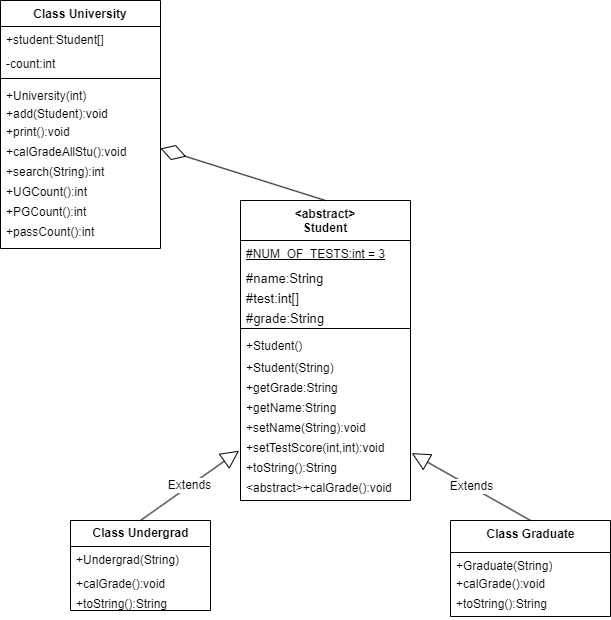
Earlier version of the draw.io export bin/Lab10UML.drawio.png (BeelzebubCode/CodeClassRoom). Source tidied: cells renumbered, new cells last; positions are measured from the earlier drawing's top-left corner, leaving out a move shared by most shapes.
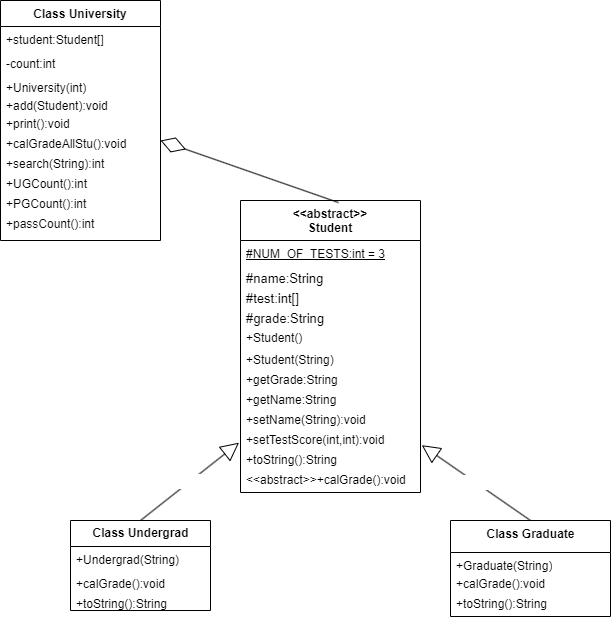
Later version of the same file.

What changed in the source:
```diff
@@ -2,115 +2,109 @@
   <root>
     <mxCell id="0" />
     <mxCell id="1" parent="0" />
-    <mxCell id="2" value="&lt;abstract&gt;&#10;Student&#10;" style="swimlane;fontStyle=1;align=center;verticalAlign=top;horizontal=1;startSize=40;" parent="1" vertex="1">
-      <mxGeometry x="240" y="200" width="170" height="300" as="geometry" />
+    <mxCell id="2" value="&lt;&lt;abstract&gt;&gt;&#10;Student&#10;" style="swimlane;fontStyle=1;align=center;verticalAlign=top;horizontal=1;startSize=40;" parent="1" vertex="1">
+      <mxGeometry x="240" y="200" width="180" height="292" as="geometry" />
     </mxCell>
-    <mxCell id="3" value="#NUM_OF_TESTS:int = 3" style="text;strokeColor=none;fillColor=none;align=left;verticalAlign=top;spacingLeft=4;spacingRight=4;overflow=hidden;fontStyle=4;html=1;fontSize=12;" parent="2" vertex="1">
-      <mxGeometry y="40" width="170" height="24" as="geometry" />
+    <mxCell id="3" value="#NUM_OF_TESTS:int = 3" style="text;align=left;verticalAlign=top;spacingLeft=4;spacingRight=4;overflow=hidden;fontStyle=4;html=1;fontSize=12;" parent="2" vertex="1">
+      <mxGeometry y="40" width="180" height="24" as="geometry" />
     </mxCell>
-    <mxCell id="4" value="#name:String" style="text;strokeColor=none;fillColor=none;align=left;verticalAlign=top;spacingLeft=4;spacingRight=4;overflow=hidden;fontStyle=0;fontSize=13;" parent="2" vertex="1">
-      <mxGeometry y="64" width="170" height="20" as="geometry" />
+    <mxCell id="4" value="#name:String" style="text;align=left;verticalAlign=top;spacingLeft=4;spacingRight=4;overflow=hidden;fontStyle=0;fontSize=13;" parent="2" vertex="1">
+      <mxGeometry y="64" width="180" height="20" as="geometry" />
     </mxCell>
-    <mxCell id="5" value="#test:int[]" style="text;strokeColor=none;fillColor=none;align=left;verticalAlign=top;spacingLeft=4;spacingRight=4;overflow=hidden;fontStyle=0;fontSize=13;" parent="2" vertex="1">
-      <mxGeometry y="84" width="170" height="20" as="geometry" />
+    <mxCell id="5" value="#test:int[]" style="text;align=left;verticalAlign=top;spacingLeft=4;spacingRight=4;overflow=hidden;fontStyle=0;fontSize=13;" parent="2" vertex="1">
+      <mxGeometry y="84" width="180" height="20" as="geometry" />
     </mxCell>
-    <mxCell id="6" value="#grade:String" style="text;strokeColor=none;fillColor=none;align=left;verticalAlign=top;spacingLeft=4;spacingRight=4;overflow=hidden;fontStyle=0;fontSize=13;" parent="2" vertex="1">
-      <mxGeometry y="104" width="170" height="20" as="geometry" />
+    <mxCell id="6" value="#grade:String" style="text;align=left;verticalAlign=top;spacingLeft=4;spacingRight=4;overflow=hidden;fontStyle=0;fontSize=13;" parent="2" vertex="1">
+      <mxGeometry y="104" width="180" height="20" as="geometry" />
     </mxCell>
-    <mxCell id="7" style="line;strokeWidth=1;fillColor=none;align=left;verticalAlign=middle;spacingTop=-1;spacingLeft=3;spacingRight=3;labelPosition=right;strokeColor=inherit;" parent="2" vertex="1">
-      <mxGeometry y="124" width="170" height="8" as="geometry" />
-    </mxCell>
-    <mxCell id="8" value="+Student()" style="text;strokeColor=none;fillColor=none;align=left;verticalAlign=top;spacingLeft=4;spacingRight=4;overflow=hidden;" parent="2" vertex="1">
-      <mxGeometry y="132" width="170" height="22" as="geometry" />
+    <mxCell id="8" value="+Student()" style="text;align=left;verticalAlign=top;spacingLeft=4;spacingRight=4;overflow=hidden;" parent="2" vertex="1">
+      <mxGeometry y="124" width="180" height="22" as="geometry" />
     </mxCell>
-    <mxCell id="9" value="+Student(String)" style="text;strokeColor=none;fillColor=none;align=left;verticalAlign=top;spacingLeft=4;spacingRight=4;overflow=hidden;" parent="2" vertex="1">
-      <mxGeometry y="154" width="170" height="20" as="geometry" />
+    <mxCell id="9" value="+Student(String)" style="text;align=left;verticalAlign=top;spacingLeft=4;spacingRight=4;overflow=hidden;" parent="2" vertex="1">
+      <mxGeometry y="146" width="180" height="20" as="geometry" />
     </mxCell>
-    <mxCell id="10" value="+getGrade:String" style="text;strokeColor=none;fillColor=none;align=left;verticalAlign=top;spacingLeft=4;spacingRight=4;overflow=hidden;" parent="2" vertex="1">
-      <mxGeometry y="174" width="170" height="20" as="geometry" />
+    <mxCell id="10" value="+getGrade:String" style="text;align=left;verticalAlign=top;spacingLeft=4;spacingRight=4;overflow=hidden;" parent="2" vertex="1">
+      <mxGeometry y="166" width="180" height="20" as="geometry" />
     </mxCell>
-    <mxCell id="11" value="+getName:String" style="text;strokeColor=none;fillColor=none;align=left;verticalAlign=top;spacingLeft=4;spacingRight=4;overflow=hidden;" parent="2" vertex="1">
-      <mxGeometry y="194" width="170" height="20" as="geometry" />
+    <mxCell id="11" value="+getName:String" style="text;align=left;verticalAlign=top;spacingLeft=4;spacingRight=4;overflow=hidden;" parent="2" vertex="1">
+      <mxGeometry y="186" width="180" height="20" as="geometry" />
     </mxCell>
-    <mxCell id="12" value="+setName(String):void" style="text;strokeColor=none;fillColor=none;align=left;verticalAlign=top;spacingLeft=4;spacingRight=4;overflow=hidden;" parent="2" vertex="1">
-      <mxGeometry y="214" width="170" height="20" as="geometry" />
+    <mxCell id="12" value="+setName(String):void" style="text;align=left;verticalAlign=top;spacingLeft=4;spacingRight=4;overflow=hidden;" parent="2" vertex="1">
+      <mxGeometry y="206" width="180" height="20" as="geometry" />
     </mxCell>
-    <mxCell id="13" value="+setTestScore(int,int):void" style="text;strokeColor=none;fillColor=none;align=left;verticalAlign=top;spacingLeft=4;spacingRight=4;overflow=hidden;points=[[0,0.5],[1,0.5]];portConstraint=eastwest;" parent="2" vertex="1">
-      <mxGeometry y="234" width="170" height="20" as="geometry" />
+    <mxCell id="13" value="+setTestScore(int,int):void" style="text;align=left;verticalAlign=top;spacingLeft=4;spacingRight=4;overflow=hidden;points=[[0,0.5],[1,0.5]];portConstraint=eastwest;" parent="2" vertex="1">
+      <mxGeometry y="226" width="180" height="20" as="geometry" />
     </mxCell>
-    <mxCell id="14" value="+toString():String" style="text;strokeColor=none;fillColor=none;align=left;verticalAlign=top;spacingLeft=4;spacingRight=4;overflow=hidden;" parent="2" vertex="1">
-      <mxGeometry y="254" width="170" height="20" as="geometry" />
+    <mxCell id="14" value="+toString():String" style="text;align=left;verticalAlign=top;spacingLeft=4;spacingRight=4;overflow=hidden;" parent="2" vertex="1">
+      <mxGeometry y="246" width="180" height="20" as="geometry" />
     </mxCell>
-    <mxCell id="15" value="&lt;abstract&gt;+calGrade():void" style="text;strokeColor=none;fillColor=none;align=left;verticalAlign=top;spacingLeft=4;spacingRight=4;overflow=hidden;" parent="2" vertex="1">
-      <mxGeometry y="274" width="170" height="26" as="geometry" />
+    <mxCell id="15" value="&lt;&lt;abstract&gt;&gt;+calGrade():void" style="text;align=left;verticalAlign=top;spacingLeft=4;spacingRight=4;overflow=hidden;" parent="2" vertex="1">
+      <mxGeometry y="266" width="180" height="26" as="geometry" />
     </mxCell>
-    <mxCell id="16" value="Extends" style="endArrow=block;endSize=16;endFill=0;html=1;fontSize=12;entryX=-0.008;entryY=0.808;entryDx=0;entryDy=0;entryPerimeter=0;exitX=0.5;exitY=0;exitDx=0;exitDy=0;" parent="1" edge="1" source="17" target="13">
+    <mxCell id="16" value="Extends" style="endArrow=block;endSize=16;endFill=0;html=1;fontSize=12;entryX=-0.008;entryY=0.808;entryDx=0;entryDy=0;entryPerimeter=0;exitX=0.5;exitY=0;exitDx=0;exitDy=0;fontColor=#FFFFFF;" parent="1" edge="1" source="17" target="13">
       <mxGeometry relative="1" as="geometry" />
     </mxCell>
-    <mxCell id="17" value="&lt;h4&gt;Class Undergrad&lt;/h4&gt;" style="swimlane;fontStyle=0;horizontal=1;startSize=26;fillColor=none;fontSize=12;html=1;" parent="1" vertex="1">
+    <mxCell id="17" value="&lt;h4&gt;Class Undergrad&lt;/h4&gt;" style="swimlane;fontStyle=0;horizontal=1;startSize=26;fontSize=12;html=1;" parent="1" vertex="1">
       <mxGeometry x="70" y="520" width="140" height="90" as="geometry" />
     </mxCell>
-    <mxCell id="18" value="+Undergrad(String)" style="text;strokeColor=none;fillColor=none;align=left;verticalAlign=top;spacingLeft=4;spacingRight=4;overflow=hidden;fontSize=12;html=1;" parent="17" vertex="1">
+    <mxCell id="18" value="+Undergrad(String)" style="text;align=left;verticalAlign=top;spacingLeft=4;spacingRight=4;overflow=hidden;fontSize=12;html=1;" parent="17" vertex="1">
       <mxGeometry y="26" width="140" height="24" as="geometry" />
     </mxCell>
-    <mxCell id="19" value="+calGrade():void" style="text;strokeColor=none;fillColor=none;align=left;verticalAlign=top;spacingLeft=4;spacingRight=4;overflow=hidden;fontSize=12;html=1;" parent="17" vertex="1">
+    <mxCell id="19" value="+calGrade():void" style="text;align=left;verticalAlign=top;spacingLeft=4;spacingRight=4;overflow=hidden;fontSize=12;html=1;" parent="17" vertex="1">
       <mxGeometry y="50" width="140" height="20" as="geometry" />
     </mxCell>
-    <mxCell id="20" value="+toString():String" style="text;strokeColor=none;fillColor=none;align=left;verticalAlign=top;spacingLeft=4;spacingRight=4;overflow=hidden;fontSize=12;html=1;" parent="17" vertex="1">
+    <mxCell id="20" value="+toString():String" style="text;align=left;verticalAlign=top;spacingLeft=4;spacingRight=4;overflow=hidden;fontSize=12;html=1;" parent="17" vertex="1">
       <mxGeometry y="70" width="140" height="20" as="geometry" />
     </mxCell>
     <mxCell id="21" value="Class Graduate" style="swimlane;fontStyle=1;align=center;verticalAlign=top;horizontal=1;startSize=32;fontSize=12;html=1;" parent="1" vertex="1">
       <mxGeometry x="450" y="520" width="160" height="96" as="geometry" />
     </mxCell>
-    <mxCell id="22" value="+Graduate(String)" style="text;strokeColor=none;fillColor=none;align=left;verticalAlign=top;spacingLeft=4;spacingRight=4;overflow=hidden;fontSize=12;html=1;" parent="21" vertex="1">
+    <mxCell id="22" value="+Graduate(String)" style="text;align=left;verticalAlign=top;spacingLeft=4;spacingRight=4;overflow=hidden;fontSize=12;html=1;" parent="21" vertex="1">
       <mxGeometry y="32" width="160" height="18" as="geometry" />
     </mxCell>
-    <mxCell id="23" value="+calGrade():void" style="text;strokeColor=none;fillColor=none;align=left;verticalAlign=top;spacingLeft=4;spacingRight=4;overflow=hidden;fontSize=12;html=1;" parent="21" vertex="1">
+    <mxCell id="23" value="+calGrade():void" style="text;align=left;verticalAlign=top;spacingLeft=4;spacingRight=4;overflow=hidden;fontSize=12;html=1;" parent="21" vertex="1">
       <mxGeometry y="50" width="160" height="20" as="geometry" />
     </mxCell>
-    <mxCell id="24" value="+toString():String" style="text;strokeColor=none;fillColor=none;align=left;verticalAlign=top;spacingLeft=4;spacingRight=4;overflow=hidden;fontSize=12;html=1;" parent="21" vertex="1">
+    <mxCell id="24" value="+toString():String" style="text;align=left;verticalAlign=top;spacingLeft=4;spacingRight=4;overflow=hidden;fontSize=12;html=1;" parent="21" vertex="1">
       <mxGeometry y="70" width="160" height="26" as="geometry" />
     </mxCell>
-    <mxCell id="25" value="Extends" style="endArrow=block;endSize=16;endFill=0;html=1;fontSize=12;exitX=0.5;exitY=0;exitDx=0;exitDy=0;entryX=1.007;entryY=0.933;entryDx=0;entryDy=0;entryPerimeter=0;" parent="1" edge="1" source="21" target="13">
+    <mxCell id="25" value="Extends" style="endArrow=block;endSize=16;endFill=0;html=1;fontSize=12;exitX=0.5;exitY=0;exitDx=0;exitDy=0;entryX=1.007;entryY=0.933;entryDx=0;entryDy=0;entryPerimeter=0;fontColor=#FFFFFF;" parent="1" edge="1" source="21" target="13">
       <mxGeometry relative="1" as="geometry" />
     </mxCell>
     <mxCell id="26" value="Class University" style="swimlane;fontStyle=1;align=center;verticalAlign=top;horizontal=1;startSize=26;" parent="1" vertex="1">
-      <mxGeometry width="160" height="248" as="geometry" />
+      <mxGeometry width="160" height="240" as="geometry" />
     </mxCell>
-    <mxCell id="27" value="+student:Student[]" style="text;strokeColor=none;fillColor=none;align=left;verticalAlign=top;spacingLeft=4;spacingRight=4;overflow=hidden;" parent="26" vertex="1">
+    <mxCell id="27" value="+student:Student[]" style="text;align=left;verticalAlign=top;spacingLeft=4;spacingRight=4;overflow=hidden;" parent="26" vertex="1">
       <mxGeometry y="26" width="160" height="24" as="geometry" />
     </mxCell>
-    <mxCell id="28" value="-count:int" style="text;strokeColor=none;fillColor=none;align=left;verticalAlign=top;spacingLeft=4;spacingRight=4;overflow=hidden;" parent="26" vertex="1">
+    <mxCell id="28" value="-count:int" style="text;align=left;verticalAlign=top;spacingLeft=4;spacingRight=4;overflow=hidden;" parent="26" vertex="1">
       <mxGeometry y="50" width="160" height="24" as="geometry" />
     </mxCell>
-    <mxCell id="29" style="line;strokeWidth=1;fillColor=none;align=left;verticalAlign=middle;spacingTop=-1;spacingLeft=3;spacingRight=3;labelPosition=right;strokeColor=inherit;" parent="26" vertex="1">
-      <mxGeometry y="74" width="160" height="8" as="geometry" />
-    </mxCell>
-    <mxCell id="30" value="+University(int)" style="text;strokeColor=none;fillColor=none;align=left;verticalAlign=top;spacingLeft=4;spacingRight=4;overflow=hidden;" parent="26" vertex="1">
-      <mxGeometry y="82" width="160" height="18" as="geometry" />
+    <mxCell id="30" value="+University(int)" style="text;align=left;verticalAlign=top;spacingLeft=4;spacingRight=4;overflow=hidden;" parent="26" vertex="1">
+      <mxGeometry y="74" width="160" height="18" as="geometry" />
     </mxCell>
-    <mxCell id="31" value="+add(Student):void" style="text;strokeColor=none;fillColor=none;align=left;verticalAlign=top;spacingLeft=4;spacingRight=4;overflow=hidden;" parent="26" vertex="1">
-      <mxGeometry y="100" width="160" height="18" as="geometry" />
+    <mxCell id="31" value="+add(Student):void" style="text;align=left;verticalAlign=top;spacingLeft=4;spacingRight=4;overflow=hidden;" parent="26" vertex="1">
+      <mxGeometry y="92" width="160" height="18" as="geometry" />
     </mxCell>
-    <mxCell id="32" value="+print():void" style="text;strokeColor=none;fillColor=none;align=left;verticalAlign=top;spacingLeft=4;spacingRight=4;overflow=hidden;" parent="26" vertex="1">
-      <mxGeometry y="118" width="160" height="20" as="geometry" />
+    <mxCell id="32" value="+print():void" style="text;align=left;verticalAlign=top;spacingLeft=4;spacingRight=4;overflow=hidden;" parent="26" vertex="1">
+      <mxGeometry y="110" width="160" height="20" as="geometry" />
     </mxCell>
-    <mxCell id="33" value="+calGradeAllStu():void" style="text;strokeColor=none;fillColor=none;align=left;verticalAlign=top;spacingLeft=4;spacingRight=4;overflow=hidden;points=[[0,0.5],[1,0.5]];portConstraint=eastwest;" parent="26" vertex="1">
-      <mxGeometry y="138" width="160" height="20" as="geometry" />
+    <mxCell id="33" value="+calGradeAllStu():void" style="text;align=left;verticalAlign=top;spacingLeft=4;spacingRight=4;overflow=hidden;points=[[0,0.5],[1,0.5]];portConstraint=eastwest;" parent="26" vertex="1">
+      <mxGeometry y="130" width="160" height="20" as="geometry" />
     </mxCell>
-    <mxCell id="34" value="+search(String):int" style="text;strokeColor=none;fillColor=none;align=left;verticalAlign=top;spacingLeft=4;spacingRight=4;overflow=hidden;" parent="26" vertex="1">
-      <mxGeometry y="158" width="160" height="20" as="geometry" />
+    <mxCell id="34" value="+search(String):int" style="text;align=left;verticalAlign=top;spacingLeft=4;spacingRight=4;overflow=hidden;" parent="26" vertex="1">
+      <mxGeometry y="150" width="160" height="20" as="geometry" />
     </mxCell>
-    <mxCell id="35" value="+UGCount():int" style="text;strokeColor=none;fillColor=none;align=left;verticalAlign=top;spacingLeft=4;spacingRight=4;overflow=hidden;" parent="26" vertex="1">
-      <mxGeometry y="178" width="160" height="20" as="geometry" />
+    <mxCell id="35" value="+UGCount():int" style="text;align=left;verticalAlign=top;spacingLeft=4;spacingRight=4;overflow=hidden;" parent="26" vertex="1">
+      <mxGeometry y="170" width="160" height="20" as="geometry" />
     </mxCell>
-    <mxCell id="36" value="+PGCount():int" style="text;strokeColor=none;fillColor=none;align=left;verticalAlign=top;spacingLeft=4;spacingRight=4;overflow=hidden;" parent="26" vertex="1">
-      <mxGeometry y="198" width="160" height="20" as="geometry" />
+    <mxCell id="36" value="+PGCount():int" style="text;align=left;verticalAlign=top;spacingLeft=4;spacingRight=4;overflow=hidden;" parent="26" vertex="1">
+      <mxGeometry y="190" width="160" height="20" as="geometry" />
     </mxCell>
-    <mxCell id="37" value="+passCount():int" style="text;strokeColor=none;fillColor=none;align=left;verticalAlign=top;spacingLeft=4;spacingRight=4;overflow=hidden;" parent="26" vertex="1">
-      <mxGeometry y="218" width="160" height="30" as="geometry" />
+    <mxCell id="37" value="+passCount():int" style="text;align=left;verticalAlign=top;spacingLeft=4;spacingRight=4;overflow=hidden;" parent="26" vertex="1">
+      <mxGeometry y="210" width="160" height="30" as="geometry" />
     </mxCell>
-    <mxCell id="38" style="endArrow=diamondThin;endFill=0;endSize=24;html=1;exitX=0.5;exitY=0;exitDx=0;exitDy=0;entryX=1;entryY=0.5;entryDx=0;entryDy=0;" parent="1" edge="1" source="2" target="33">
+    <mxCell id="38" style="endArrow=diamondThin;endFill=0;endSize=24;html=1;entryX=1;entryY=0.5;entryDx=0;entryDy=0;fontColor=#FFFFFF;exitX=0.544;exitY=0.007;exitDx=0;exitDy=0;exitPerimeter=0;" parent="1" edge="1" source="2" target="33">
       <mxGeometry relative="1" as="geometry" />
     </mxCell>
   </root>
```
